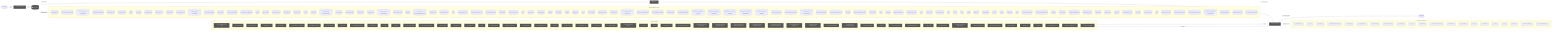
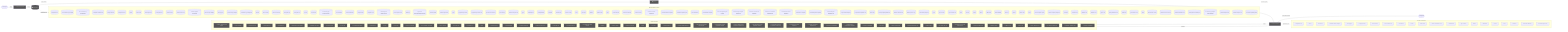
flowchart LR
  UserQ(["👤 User Query"])
  Embed["📐 Embedding Model"]
  VecDB[("📚 Vector Store")]
  Retriever["🔍 Retriever"]
  LLMNode["🧠 LLM / Generator"]
  Output(["✅ Response"])
  UserQ -->|query| Embed
  Embed -->|vector| VecDB
  VecDB -->|top-k chunks| Retriever
  Retriever -->|context + query| LLMNode
  LLMNode -->|generated answer| Output
  subgraph DetectedMemory["Detected memory stores"]
    det_detectedmemory_cli_dispatch_test_54c9f17b[("cli-dispatch.test")]
    det_detectedmemory_run_local_memory_preflight_36e92808[("run-local-memory-preflight")]
    det_detectedmemory_run_local_memory_preflight_test_1d7c5aa0[("run-local-memory-preflight.test")]
    det_detectedmemory_pr_template_validator_test_569b1cef[("pr-template-validator.test")]
    det_detectedmemory_tooling_audit_test_d2aee28c[("tooling-audit.test")]
    det_detectedmemory_tooling_audit_core_328d6a41[("tooling-audit-core")]
    det_detectedmemory_search_24193290[("search")]
    det_detectedmemory_search_test_0c66bc11[("search.test")]
    det_detectedmemory_review_gate_test_000e2ed6[("review-gate.test")]
    det_detectedmemory_review_gate_core_4c8001f9[("review-gate-core")]
    det_detectedmemory_review_context_ca6cf81d[("review-context")]
    det_detectedmemory_review_context_test_89806d6c[("review-context.test")]
    det_detectedmemory_refresh_diagram_context_test_03bf21c4[("refresh-diagram-context.test")]
    det_detectedmemory_pattern_scope_siblings_43abe000[("pattern-scope-siblings")]
    det_detectedmemory_memory_gate_a577a506[("memory-gate")]
    det_detectedmemory_local_memory_preflight_dcc36c42[("local-memory-preflight")]
    det_detectedmemory_local_memory_preflight_test_5e323bbf[("local-memory-preflight.test")]
    det_detectedmemory_init_test_cbba76a6[("init.test")]
    det_detectedmemory_index_context_de3ed39d[("index-context")]
    det_detectedmemory_index_context_test_1949ea6f[("index-context.test")]
    det_detectedmemory_docs_gate_test_a25e972f[("docs-gate.test")]
    det_detectedmemory_docs_gate_core_eb9b6c18[("docs-gate-core")]
    det_detectedmemory_context_ea7792a2[("context")]
    det_detectedmemory_context_test_57aad306[("context.test")]
    det_detectedmemory_context_integrity_acceptance_test_59f961b1[("context-integrity-acceptance.test")]
    det_detectedmemory_context_health_80bb7da9[("context-health")]
    det_detectedmemory_context_health_test_3b5b87f3[("context-health.test")]
    det_detectedmemory_ci_migrate_test_2a015bb9[("ci-migrate.test")]
    det_detectedmemory_ci_migrate_core_7005b5af[("ci-migrate-core")]
    det_detectedmemory_check_diagram_freshness_test_c1dc40aa[("check-diagram-freshness.test")]
    det_detectedmemory_branch_protect_core_a8feb0fd[("branch-protect-core")]
    det_detectedmemory_brain_test_428d4d67[("brain.test")]
    det_detectedmemory_agent_first_throughput_integration_test_dc677cc4[("agent-first-throughput.integration.test")]
    det_detectedmemory_overload_guard_2748c559[("overload-guard")]
    det_detectedmemory_overload_guard_test_6ece9f86[("overload-guard.test")]
    det_detectedmemory_types_4_822d0f88[("types")]
    det_detectedmemory_suggestion_generator_0956f794[("suggestion-generator")]
    det_detectedmemory_suggestion_generator_test_f68e9892[("suggestion-generator.test")]
    det_detectedmemory_performance_overload_c685bfcf[("performance-overload")]
    det_detectedmemory_local_memory_0db17ecc[("local-memory")]
    det_detectedmemory_local_memory_smoke_1175abfc[("local-memory-smoke")]
-     det_detectedmemory_types_10_75e5a4a0[("types")]
+     det_detectedmemory_types_9_1db4641f[("types")]
    det_detectedmemory_claim_helpers_20dc8387[("claim-helpers")]
    det_detectedmemory_tooling_baseline_50ab2eeb[("tooling-baseline")]
    det_detectedmemory_classifier_fe1991a9[("classifier")]
    det_detectedmemory_classifier_test_3859cceb[("classifier.test")]
+     det_detectedmemory_review_context_1_e3afed15[("review-context")]
+     det_detectedmemory_index_2_10143590[("index")]
+     det_detectedmemory_eval_seed_5699fd3e[("eval-seed")]
    det_detectedmemory_validator_1_0c0621d8[("validator")]
    det_detectedmemory_validator_test_1_c5015ca0[("validator.test")]
-     det_detectedmemory_types_11_4be3ee64[("types")]
+     det_detectedmemory_types_13_d025517b[("types")]
    det_detectedmemory_metrics_tracker_98cec29c[("metrics-tracker")]
    det_detectedmemory_metrics_tracker_test_3de156fa[("metrics-tracker.test")]
    det_detectedmemory_branch_enforcer_acb749cd[("branch-enforcer")]
    det_detectedmemory_workflow_contract_scripts_test_681e2e3c[("workflow-contract-scripts.test")]
    det_detectedmemory_scaffold_workflow_template_92310587[("scaffold-workflow-template")]
    det_detectedmemory_scaffold_template_registry_b1cce2aa[("scaffold-template-registry")]
    det_detectedmemory_scaffold_surfaces_12d6494e[("scaffold-surfaces")]
    det_detectedmemory_scaffold_shell_templates_0ad0f915[("scaffold-shell-templates")]
    det_detectedmemory_scaffold_script_template_registry_69312d4e[("scaffold-script-template-registry")]
    det_detectedmemory_scaffold_script_template_registry_test_6a8ebefe[("scaffold-script-template-registry.test")]
    det_detectedmemory_scaffold_root_command_templates_404fed7f[("scaffold-root-command-templates")]
    det_detectedmemory_scaffold_root_command_templates_test_14596939[("scaffold-root-command-templates.test")]
    det_detectedmemory_scaffold_environment_templates_c1ceba6a[("scaffold-environment-templates")]
    det_detectedmemory_scaffold_doc_templates_f6152330[("scaffold-doc-templates")]
    det_detectedmemory_scaffold_diagram_templates_dd88e83c[("scaffold-diagram-templates")]
    det_detectedmemory_scaffold_diagram_templates_test_f3774c28[("scaffold-diagram-templates.test")]
    det_detectedmemory_project_brain_templates_7ef51530[("project-brain-templates")]
    det_detectedmemory_project_brain_templates_test_0b6509f2[("project-brain-templates.test")]
    det_detectedmemory_init_modes_c05ceb07[("init-modes")]
    det_detectedmemory_codex_preflight_symlink_test_037558db[("codex-preflight-symlink.test")]
-     det_detectedmemory_review_context_1_e3afed15[("review-context")]
-     det_detectedmemory_index_4_013aa0e3[("index")]
-     det_detectedmemory_eval_seed_5699fd3e[("eval-seed")]
    det_detectedmemory_harness_decision_test_7e5a4fe5[("harness-decision.test")]
+     det_detectedmemory_branch_protect_sync_570adb18[("branch-protect-sync")]
    det_detectedmemory_command_registry_test_0cf92cba[("command-registry.test")]
    det_detectedmemory_types_18_37582e2a[("types")]
    det_detectedmemory_sync_contract_c79fa191[("sync-contract")]
    det_detectedmemory_sync_contract_test_5dc3165c[("sync-contract.test")]
    det_detectedmemory_store_824d80d7[("store")]
    det_detectedmemory_sources_1_e133d97d[("sources")]
    det_detectedmemory_rollout_a4fa034c[("rollout")]
    det_detectedmemory_ollama_76e3c7bf[("ollama")]
    det_detectedmemory_ollama_test_71f9750e[("ollama.test")]
    det_detectedmemory_lexical_fallback_723e2b3e[("lexical-fallback")]
    det_detectedmemory_init_error_5c7dd49f[("init-error")]
    det_detectedmemory_indexer_70fa78e5[("indexer")]
    det_detectedmemory_indexer_test_d492f0aa[("indexer.test")]
    det_detectedmemory_index_5_522f772a[("index")]
    det_detectedmemory_context_compact_policy_3dcaf95d[("context-compact-policy")]
    det_detectedmemory_context_compact_policy_test_da148267[("context-compact-policy.test")]
    det_detectedmemory_constants_7517017f[("constants")]
    det_detectedmemory_constants_test_5492ae98[("constants.test")]
-     det_detectedmemory_module_boundaries_test_c0caf46b[("module-boundaries.test")]
-     det_detectedmemory_branch_protect_sync_570adb18[("branch-protect-sync")]
    det_detectedmemory_validator_test_5_2bb3219d[("validator.test")]
    det_detectedmemory_validator_core_1_1518647e[("validator-core")]
    det_detectedmemory_types_core_1_8bd0f8fd[("types-core")]
    det_detectedmemory_policy_validators_core_714a3fe7[("policy-validators-core")]
    det_detectedmemory_loader_test_03424671[("loader.test")]
    det_detectedmemory_json_schema_core_96d7e328[("json-schema-core")]
    det_detectedmemory_index_6_fc9e91e2[("index")]
    det_detectedmemory_harness_run_context_ac7c77a9[("harness-run-context")]
    det_detectedmemory_harness_run_context_test_c6937fed[("harness-run-context.test")]
+     det_detectedmemory_module_boundaries_test_c0caf46b[("module-boundaries.test")]
    det_detectedmemory_review_gate_command_spec_3187376a[("review-gate-command-spec")]
    det_detectedmemory_local_memory_preflight_command_spec_9e23f3ce[("local-memory-preflight-command-spec")]
    det_detectedmemory_command_specs_test_7f693e85[("command-specs.test")]
    det_detectedmemory_command_specs_core_1c0ffc99[("command-specs-core")]
    det_detectedmemory_command_capability_rules_ca3f496a[("command-capability-rules")]
  end
  VecDB -. "implemented by" .-> DetectedMemory
  subgraph DetectedLLM["Detected LLM clients"]
    det_detectedllm_cli_dispatch_test_54c9f17b["cli-dispatch.test"]
    det_detectedllm_search_24193290["search"]
    det_detectedllm_search_test_0c66bc11["search.test"]
    det_detectedllm_remediate_runner_helpers_929fedcc["remediate-runner-helpers"]
    det_detectedllm_prompt_gate_c5e9d207["prompt-gate"]
    det_detectedllm_prompt_gate_test_1a442b27["prompt-gate.test"]
    det_detectedllm_index_context_de3ed39d["index-context"]
    det_detectedllm_index_context_test_1949ea6f["index-context.test"]
    det_detectedllm_contract_test_2262847f["contract.test"]
    det_detectedllm_context_ea7792a2["context"]
    det_detectedllm_context_test_57aad306["context.test"]
    det_detectedllm_check_environment_core_2c16213f["check-environment-core"]
    det_detectedllm_sensitive_text_7c11f760["sensitive-text"]
    det_detectedllm_sync_contract_c79fa191["sync-contract"]
    det_detectedllm_ollama_76e3c7bf["ollama"]
    det_detectedllm_ollama_test_71f9750e["ollama.test"]
    det_detectedllm_indexer_70fa78e5["indexer"]
    det_detectedllm_index_5_522f772a["index"]
    det_detectedllm_constants_7517017f["constants"]
    det_detectedllm_north_star_validators_cfc926ce["north-star-validators"]
    det_detectedllm_command_specs_core_1c0ffc99["command-specs-core"]
  end
  LLMNode -. "implemented by" .-> DetectedLLM
  subgraph DetectedTools["Agentic tool calls"]
    det_detectedtools_collect_observed_eval_usage_1724425c["🔧 collect-observed-eval-usage"]
    det_detectedtools_verify_work_test_0e12f6c5["🔧 verify-work.test"]
    det_detectedtools_review_gate_test_000e2ed6["🔧 review-gate.test"]
    det_detectedtools_review_gate_core_4c8001f9["🔧 review-gate-core"]
    det_detectedtools_remediate_test_6f59cafe["🔧 remediate.test"]
    det_detectedtools_remediate_runner_helpers_929fedcc["🔧 remediate-runner-helpers"]
    det_detectedtools_remediate_cli_output_cc165396["🔧 remediate-cli-output"]
    det_detectedtools_pr_closeout_test_1_be1a0df1["🔧 pr-closeout.test"]
    det_detectedtools_policy_gate_213f7313["🔧 policy-gate"]
    det_detectedtools_next_blocked_decisions_4140ad2b["🔧 next-blocked-decisions"]
    det_detectedtools_learnings_test_e45e0253["🔧 learnings.test"]
    det_detectedtools_init_test_cbba76a6["🔧 init.test"]
    det_detectedtools_doctor_test_e032e8b5["🔧 doctor.test"]
    det_detectedtools_doctor_tool_checks_4acac51a["🔧 doctor-tool-checks"]
    det_detectedtools_doctor_github_tool_checks_a53b0382["🔧 doctor-github-tool-checks"]
    det_detectedtools_doctor_checks_5a2eb2b9["🔧 doctor-checks"]
    det_detectedtools_docs_gate_test_a25e972f["🔧 docs-gate.test"]
    det_detectedtools_ci_migrate_core_7005b5af["🔧 ci-migrate-core"]
-     det_detectedtools_types_2_d9bc6e7a["🔧 types"]
+     det_detectedtools_types_1_4ecdf56e["🔧 types"]
    det_detectedtools_orchestrator_test_1_c291cde7["🔧 orchestrator.test"]
-     det_detectedtools_evaluation_engine_core_e054fe49["🔧 evaluation-engine-core"]
    det_detectedtools_tooling_baseline_50ab2eeb["🔧 tooling-baseline"]
    det_detectedtools_tooling_baseline_test_d272ddb6["🔧 tooling-baseline.test"]
+     det_detectedtools_evaluation_engine_core_e054fe49["🔧 evaluation-engine-core"]
+     det_detectedtools_normalise_test_73e8a615["🔧 normalise.test"]
+     det_detectedtools_normalise_renderer_85f2e563["🔧 normalise-renderer"]
+     det_detectedtools_normalise_he_phase_exit_test_1788efc4["🔧 normalise-he-phase-exit.test"]
    det_detectedtools_validator_1_0c0621d8["🔧 validator"]
    det_detectedtools_metrics_tracker_98cec29c["🔧 metrics-tracker"]
    det_detectedtools_metrics_tracker_test_3de156fa["🔧 metrics-tracker.test"]
-     det_detectedtools_normalise_test_73e8a615["🔧 normalise.test"]
-     det_detectedtools_normalise_renderer_85f2e563["🔧 normalise-renderer"]
-     det_detectedtools_normalise_he_phase_exit_test_1788efc4["🔧 normalise-he-phase-exit.test"]
+     det_detectedtools_client_1_914e1681["🔧 client"]
    det_detectedtools_pr_creator_dc6b1ea4["🔧 pr-creator"]
-     det_detectedtools_client_1_914e1681["🔧 client"]
    det_detectedtools_closure_evidence_aaa31467["🔧 closure-evidence"]
    det_detectedtools_scaffold_shell_quality_test_79567d03["🔧 scaffold-shell-quality.test"]
    det_detectedtools_scaffold_release_private_npm_template_075499f8["🔧 scaffold-release-private-npm-template"]
    det_detectedtools_scaffold_github_actions_pr_pipeline_template_e2b85f62["🔧 scaffold-github-actions-pr-pipeline-template"]
    det_detectedtools_scaffold_github_actions_pr_pipeline_template_test_be464a7b["🔧 scaffold-github-actions-pr-pipeline-template.test"]
    det_detectedtools_scaffold_github_actions_pr_pipeline_renderer_1ee18de5["🔧 scaffold-github-actions-pr-pipeline-renderer"]
    det_detectedtools_scaffold_github_actions_pr_pipeline_renderer_test_2cc38272["🔧 scaffold-github-actions-pr-pipeline-renderer.test"]
    det_detectedtools_scaffold_environment_templates_c1ceba6a["🔧 scaffold-environment-templates"]
    det_detectedtools_scaffold_environment_templates_test_b31b6a0c["🔧 scaffold-environment-templates.test"]
    det_detectedtools_scaffold_config_templates_4b80ce53["🔧 scaffold-config-templates"]
    det_detectedtools_scaffold_codex_environment_templates_334fbbed["🔧 scaffold-codex-environment-templates"]
    det_detectedtools_scaffold_ci_templates_2afd6392["🔧 scaffold-ci-templates"]
    det_detectedtools_init_output_360dce91["🔧 init-output"]
    det_detectedtools_observed_skill_usage_ed7d5930["🔧 observed-skill-usage"]
    det_detectedtools_observed_skill_usage_test_311c215a["🔧 observed-skill-usage.test"]
    det_detectedtools_ralph_runtime_73d63c0e["🔧 ralph-runtime"]
    det_detectedtools_he_phase_exit_core_1148895b["🔧 he-phase-exit-core"]
    det_detectedtools_harness_closeout_gate_contracts_test_db1c74a7["🔧 harness-closeout-gate-contracts.test"]
    det_detectedtools_command_registry_test_0cf92cba["🔧 command-registry.test"]
-     det_detectedtools_module_boundaries_test_c0caf46b["🔧 module-boundaries.test"]
    det_detectedtools_validator_helpers_7b927667["🔧 validator-helpers"]
    det_detectedtools_validator_core_1_1518647e["🔧 validator-core"]
    det_detectedtools_types_core_1_8bd0f8fd["🔧 types-core"]
    det_detectedtools_policy_validators_core_714a3fe7["🔧 policy-validators-core"]
+     det_detectedtools_module_boundaries_test_c0caf46b["🔧 module-boundaries.test"]
    det_detectedtools_command_capability_rules_ca3f496a["🔧 command-capability-rules"]
    det_detectedtools_command_capabilities_a4d5c71e["🔧 command-capabilities"]
  end
  LLMNode -->|tool use| DetectedTools
  DetectedTools -->|result| LLMNode
  classDef memNode fill:#555,color:#fff
  class VecDB,Retriever memNode
  classDef llmNode fill:#555,color:#fff
  class LLMNode,Embed llmNode
  classDef toolNode fill:#555,color:#fff
-   class det_detectedtools_collect_observed_eval_usage_1724425c,det_detectedtools_verify_work_test_0e12f6c5,det_detectedtools_review_gate_test_000e2ed6,det_detectedtools_review_gate_core_4c8001f9,det_detectedtools_remediate_test_6f59cafe,det_detectedtools_remediate_runner_helpers_929fedcc,det_detectedtools_remediate_cli_output_cc165396,det_detectedtools_pr_closeout_test_1_be1a0df1,det_detectedtools_policy_gate_213f7313,det_detectedtools_next_blocked_decisions_4140ad2b,det_detectedtools_learnings_test_e45e0253,det_detectedtools_init_test_cbba76a6,det_detectedtools_doctor_test_e032e8b5,det_detectedtools_doctor_tool_checks_4acac51a,det_detectedtools_doctor_github_tool_checks_a53b0382,det_detectedtools_doctor_checks_5a2eb2b9,det_detectedtools_docs_gate_test_a25e972f,det_detectedtools_ci_migrate_core_7005b5af,det_detectedtools_types_2_d9bc6e7a,det_detectedtools_orchestrator_test_1_c291cde7,det_detectedtools_evaluation_engine_core_e054fe49,det_detectedtools_tooling_baseline_50ab2eeb,det_detectedtools_tooling_baseline_test_d272ddb6,det_detectedtools_validator_1_0c0621d8,det_detectedtools_metrics_tracker_98cec29c,det_detectedtools_metrics_tracker_test_3de156fa,det_detectedtools_normalise_test_73e8a615,det_detectedtools_normalise_renderer_85f2e563,det_detectedtools_normalise_he_phase_exit_test_1788efc4,det_detectedtools_pr_creator_dc6b1ea4,det_detectedtools_client_1_914e1681,det_detectedtools_closure_evidence_aaa31467,det_detectedtools_scaffold_shell_quality_test_79567d03,det_detectedtools_scaffold_release_private_npm_template_075499f8,det_detectedtools_scaffold_github_actions_pr_pipeline_template_e2b85f62,det_detectedtools_scaffold_github_actions_pr_pipeline_template_test_be464a7b,det_detectedtools_scaffold_github_actions_pr_pipeline_renderer_1ee18de5,det_detectedtools_scaffold_github_actions_pr_pipeline_renderer_test_2cc38272,det_detectedtools_scaffold_environment_templates_c1ceba6a,det_detectedtools_scaffold_environment_templates_test_b31b6a0c,det_detectedtools_scaffold_config_templates_4b80ce53,det_detectedtools_scaffold_codex_environment_templates_334fbbed,det_detectedtools_scaffold_ci_templates_2afd6392,det_detectedtools_init_output_360dce91,det_detectedtools_observed_skill_usage_ed7d5930,det_detectedtools_observed_skill_usage_test_311c215a,det_detectedtools_ralph_runtime_73d63c0e,det_detectedtools_he_phase_exit_core_1148895b,det_detectedtools_harness_closeout_gate_contracts_test_db1c74a7,det_detectedtools_command_registry_test_0cf92cba,det_detectedtools_module_boundaries_test_c0caf46b,det_detectedtools_validator_helpers_7b927667,det_detectedtools_validator_core_1_1518647e,det_detectedtools_types_core_1_8bd0f8fd,det_detectedtools_policy_validators_core_714a3fe7,det_detectedtools_command_capability_rules_ca3f496a,det_detectedtools_command_capabilities_a4d5c71e toolNode
+   class det_detectedtools_collect_observed_eval_usage_1724425c,det_detectedtools_verify_work_test_0e12f6c5,det_detectedtools_review_gate_test_000e2ed6,det_detectedtools_review_gate_core_4c8001f9,det_detectedtools_remediate_test_6f59cafe,det_detectedtools_remediate_runner_helpers_929fedcc,det_detectedtools_remediate_cli_output_cc165396,det_detectedtools_pr_closeout_test_1_be1a0df1,det_detectedtools_policy_gate_213f7313,det_detectedtools_next_blocked_decisions_4140ad2b,det_detectedtools_learnings_test_e45e0253,det_detectedtools_init_test_cbba76a6,det_detectedtools_doctor_test_e032e8b5,det_detectedtools_doctor_tool_checks_4acac51a,det_detectedtools_doctor_github_tool_checks_a53b0382,det_detectedtools_doctor_checks_5a2eb2b9,det_detectedtools_docs_gate_test_a25e972f,det_detectedtools_ci_migrate_core_7005b5af,det_detectedtools_types_1_4ecdf56e,det_detectedtools_orchestrator_test_1_c291cde7,det_detectedtools_tooling_baseline_50ab2eeb,det_detectedtools_tooling_baseline_test_d272ddb6,det_detectedtools_evaluation_engine_core_e054fe49,det_detectedtools_normalise_test_73e8a615,det_detectedtools_normalise_renderer_85f2e563,det_detectedtools_normalise_he_phase_exit_test_1788efc4,det_detectedtools_validator_1_0c0621d8,det_detectedtools_metrics_tracker_98cec29c,det_detectedtools_metrics_tracker_test_3de156fa,det_detectedtools_client_1_914e1681,det_detectedtools_pr_creator_dc6b1ea4,det_detectedtools_closure_evidence_aaa31467,det_detectedtools_scaffold_shell_quality_test_79567d03,det_detectedtools_scaffold_release_private_npm_template_075499f8,det_detectedtools_scaffold_github_actions_pr_pipeline_template_e2b85f62,det_detectedtools_scaffold_github_actions_pr_pipeline_template_test_be464a7b,det_detectedtools_scaffold_github_actions_pr_pipeline_renderer_1ee18de5,det_detectedtools_scaffold_github_actions_pr_pipeline_renderer_test_2cc38272,det_detectedtools_scaffold_environment_templates_c1ceba6a,det_detectedtools_scaffold_environment_templates_test_b31b6a0c,det_detectedtools_scaffold_config_templates_4b80ce53,det_detectedtools_scaffold_codex_environment_templates_334fbbed,det_detectedtools_scaffold_ci_templates_2afd6392,det_detectedtools_init_output_360dce91,det_detectedtools_observed_skill_usage_ed7d5930,det_detectedtools_observed_skill_usage_test_311c215a,det_detectedtools_ralph_runtime_73d63c0e,det_detectedtools_he_phase_exit_core_1148895b,det_detectedtools_harness_closeout_gate_contracts_test_db1c74a7,det_detectedtools_command_registry_test_0cf92cba,det_detectedtools_validator_helpers_7b927667,det_detectedtools_validator_core_1_1518647e,det_detectedtools_types_core_1_8bd0f8fd,det_detectedtools_policy_validators_core_714a3fe7,det_detectedtools_module_boundaries_test_c0caf46b,det_detectedtools_command_capability_rules_ca3f496a,det_detectedtools_command_capabilities_a4d5c71e toolNode
